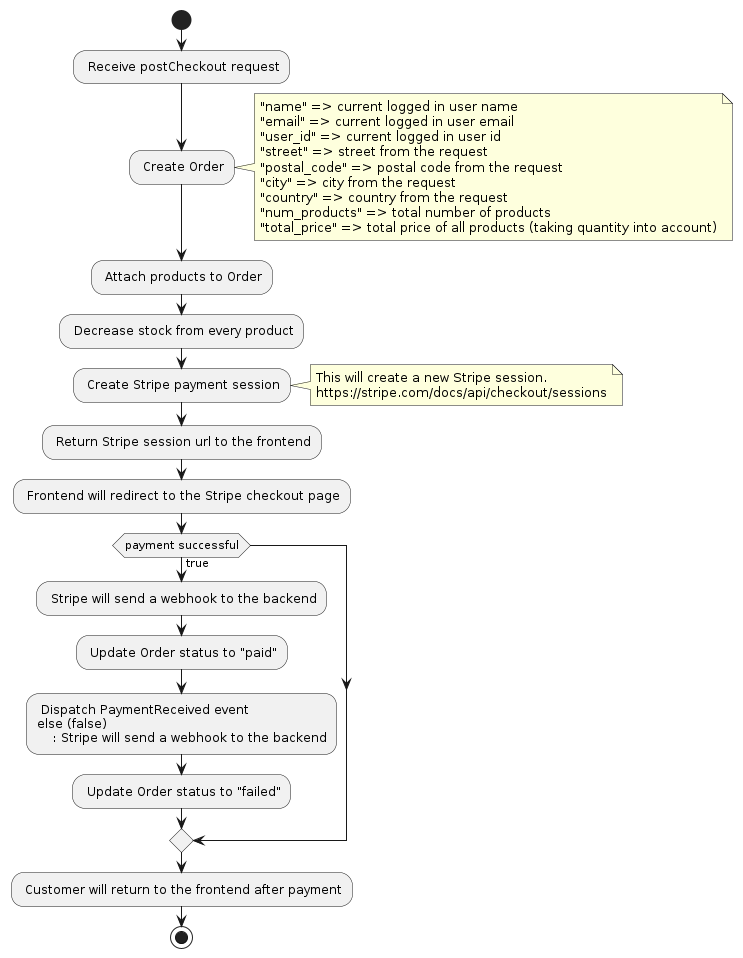
RawFocus/webshop keeps this PlantUML diagram as diagrams/checkout/checkout.png. Above is the earlier version.
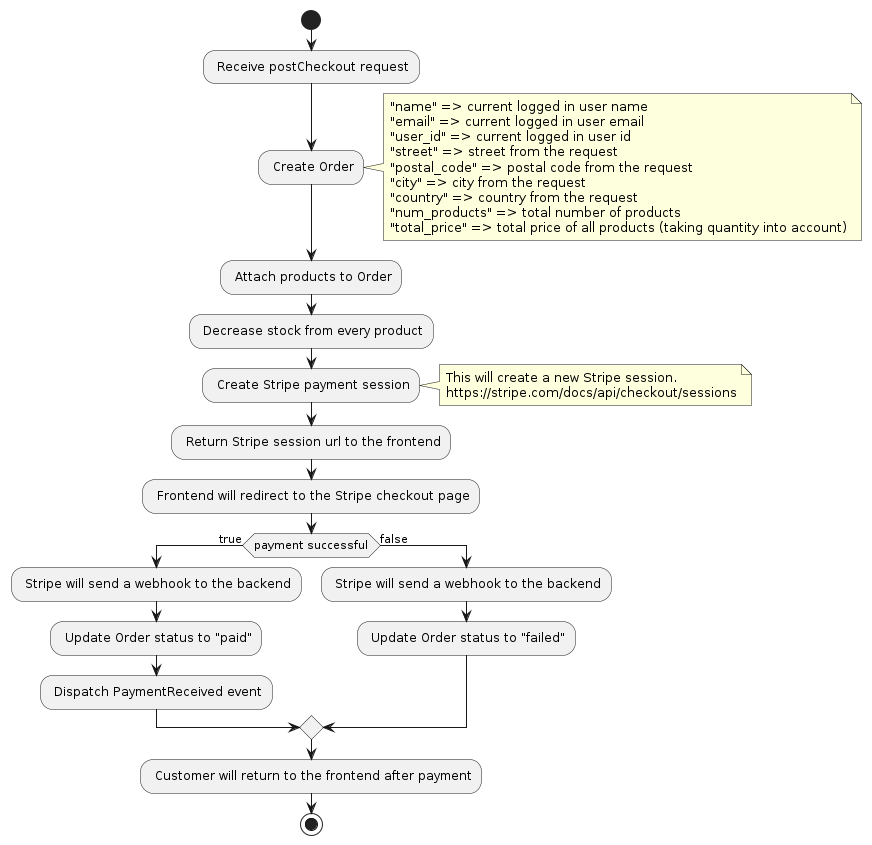
The same file after the commit.

Change to the diagram source:
```diff
@@ -29,7 +29,7 @@
     if (payment successful) then (true)
         : Stripe will send a webhook to the backend;
         : Update Order status to "paid";
-        : Dispatch PaymentReceived event
+        : Dispatch PaymentReceived event;
     else (false)
         : Stripe will send a webhook to the backend;
         : Update Order status to "failed";
```
